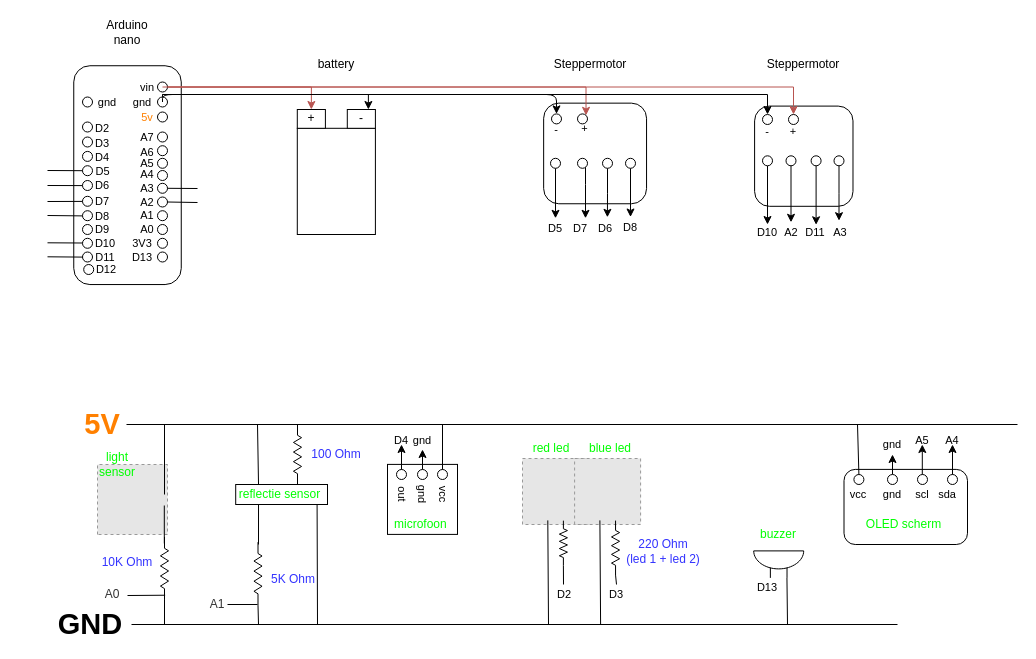
Earlier version of the draw.io diagram Untitled Diagram.drawio (ChaimaeBen/arduinoRobot). Source tidied: cells renumbered, new cells numbered last; positions are measured from the earlier drawing's top-left corner, leaving out a move shared by most shapes. Both pictures are drawn from the tidied source at 100%, with x=0, y=0 at pixel (18, 22). Pictures stored in the file or linked from it are replaced by grey dashed boxes.
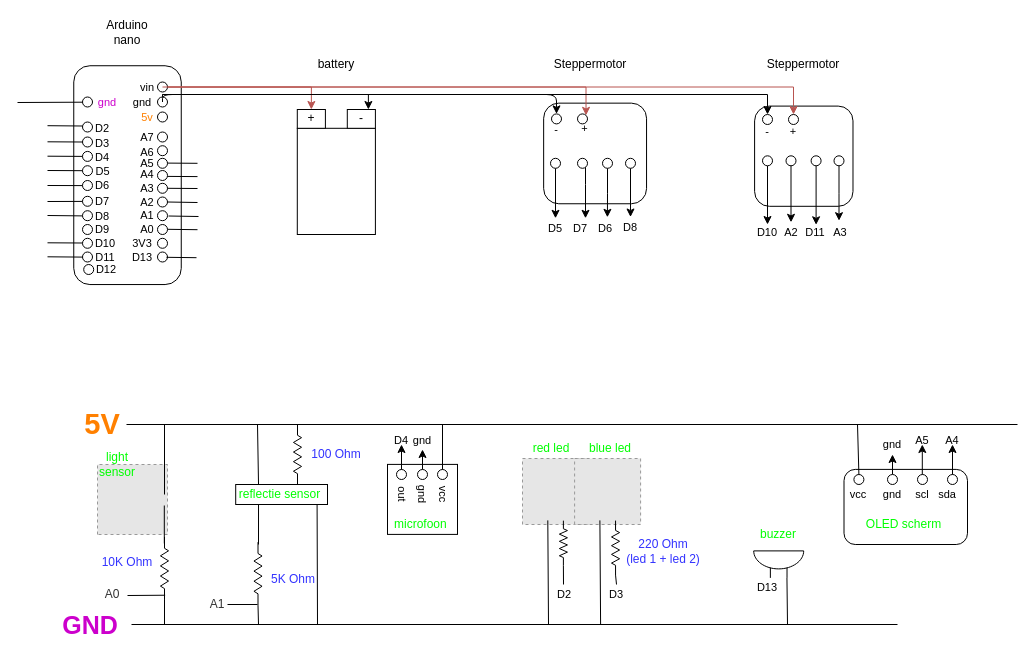
Above is the later version.

The edit, as a diff of the source:
```diff
@@
-    <mxCell id="30" value="gnd" style="text;html=1;strokeColor=none;fillColor=none;align=center;verticalAlign=middle;whiteSpace=wrap;rounded=0;fontSize=11;" parent="1" vertex="1">
+    <mxCell id="30" value="&lt;font color=&quot;#cc00cc&quot;&gt;gnd&lt;/font&gt;" style="text;html=1;strokeColor=none;fillColor=none;align=center;verticalAlign=middle;whiteSpace=wrap;rounded=0;fontSize=11;" parent="1" vertex="1">
       <mxGeometry x="69" y="69.5" width="40" height="20" as="geometry" />
     </mxCell>
@@
-    <mxCell id="120" value="&lt;b style=&quot;background-color: rgb(255 , 255 , 255) ; font-size: 29px&quot;&gt;&lt;font style=&quot;font-size: 29px&quot;&gt;GND&lt;/font&gt;&lt;/b&gt;" style="text;html=1;strokeColor=none;fillColor=none;align=center;verticalAlign=middle;whiteSpace=wrap;rounded=0;perimeterSpacing=4;fontSize=29;" parent="1" vertex="1">
+    <mxCell id="120" value="&lt;b style=&quot;background-color: rgb(255, 255, 255); font-size: 25px;&quot;&gt;&lt;font style=&quot;font-size: 25px;&quot;&gt;GND&lt;/font&gt;&lt;/b&gt;" style="text;html=1;strokeColor=none;fillColor=none;align=center;verticalAlign=middle;whiteSpace=wrap;rounded=0;perimeterSpacing=4;fontSize=25;fontColor=#CC00CC;" parent="1" vertex="1">
       <mxGeometry x="35.2" y="592" width="73.8" height="20" as="geometry" />
     </mxCell>
@@
+    <mxCell id="182" style="endArrow=none;html=1;exitX=1;exitY=0.5;exitDx=0;exitDy=0;" parent="1" edge="1">
+      <mxGeometry relative="1" as="geometry">
+        <mxPoint x="150" y="193.5" as="sourcePoint" />
+        <mxPoint x="180" y="194" as="targetPoint" />
+      </mxGeometry>
+    </mxCell>
+    <mxCell id="183" style="endArrow=none;html=1;exitX=1;exitY=0.5;exitDx=0;exitDy=0;" parent="1" edge="1">
+      <mxGeometry relative="1" as="geometry">
+        <mxPoint x="149" y="206.8" as="sourcePoint" />
+        <mxPoint x="179" y="207.2" as="targetPoint" />
+      </mxGeometry>
+    </mxCell>
+    <mxCell id="184" style="endArrow=none;html=1;exitX=1;exitY=0.5;exitDx=0;exitDy=0;" parent="1" edge="1">
+      <mxGeometry relative="1" as="geometry">
+        <mxPoint x="148" y="234.8" as="sourcePoint" />
+        <mxPoint x="178" y="235.2" as="targetPoint" />
+      </mxGeometry>
+    </mxCell>
+    <mxCell id="185" style="endArrow=none;html=1;" parent="1" edge="1">
+      <mxGeometry relative="1" as="geometry">
+        <mxPoint x="29" y="133.7" as="sourcePoint" />
+        <mxPoint x="64" y="133.9" as="targetPoint" />
+      </mxGeometry>
+    </mxCell>
+    <mxCell id="186" style="endArrow=none;html=1;" parent="1" edge="1">
+      <mxGeometry relative="1" as="geometry">
+        <mxPoint x="29" y="119.3" as="sourcePoint" />
+        <mxPoint x="64" y="119.5" as="targetPoint" />
+      </mxGeometry>
+    </mxCell>
+    <mxCell id="187" style="endArrow=none;html=1;" parent="1" edge="1">
+      <mxGeometry relative="1" as="geometry">
+        <mxPoint x="29" y="103.2" as="sourcePoint" />
+        <mxPoint x="64" y="103.5" as="targetPoint" />
+      </mxGeometry>
+    </mxCell>
+    <mxCell id="188" style="endArrow=none;html=1;" parent="1" edge="1">
+      <mxGeometry relative="1" as="geometry">
+        <mxPoint x="-1" y="80" as="sourcePoint" />
+        <mxPoint x="64" y="79.7" as="targetPoint" />
+      </mxGeometry>
+    </mxCell>
+    <mxCell id="189" style="endArrow=none;html=1;exitX=1;exitY=0.5;exitDx=0;exitDy=0;" parent="1" edge="1">
+      <mxGeometry relative="1" as="geometry">
+        <mxPoint x="149" y="153.9" as="sourcePoint" />
+        <mxPoint x="179" y="154.1" as="targetPoint" />
+      </mxGeometry>
+    </mxCell>
+    <mxCell id="190" style="endArrow=none;html=1;exitX=1;exitY=0.5;exitDx=0;exitDy=0;" parent="1" edge="1">
+      <mxGeometry relative="1" as="geometry">
+        <mxPoint x="149" y="140.6" as="sourcePoint" />
+        <mxPoint x="179" y="140.8" as="targetPoint" />
+      </mxGeometry>
+    </mxCell>
```
